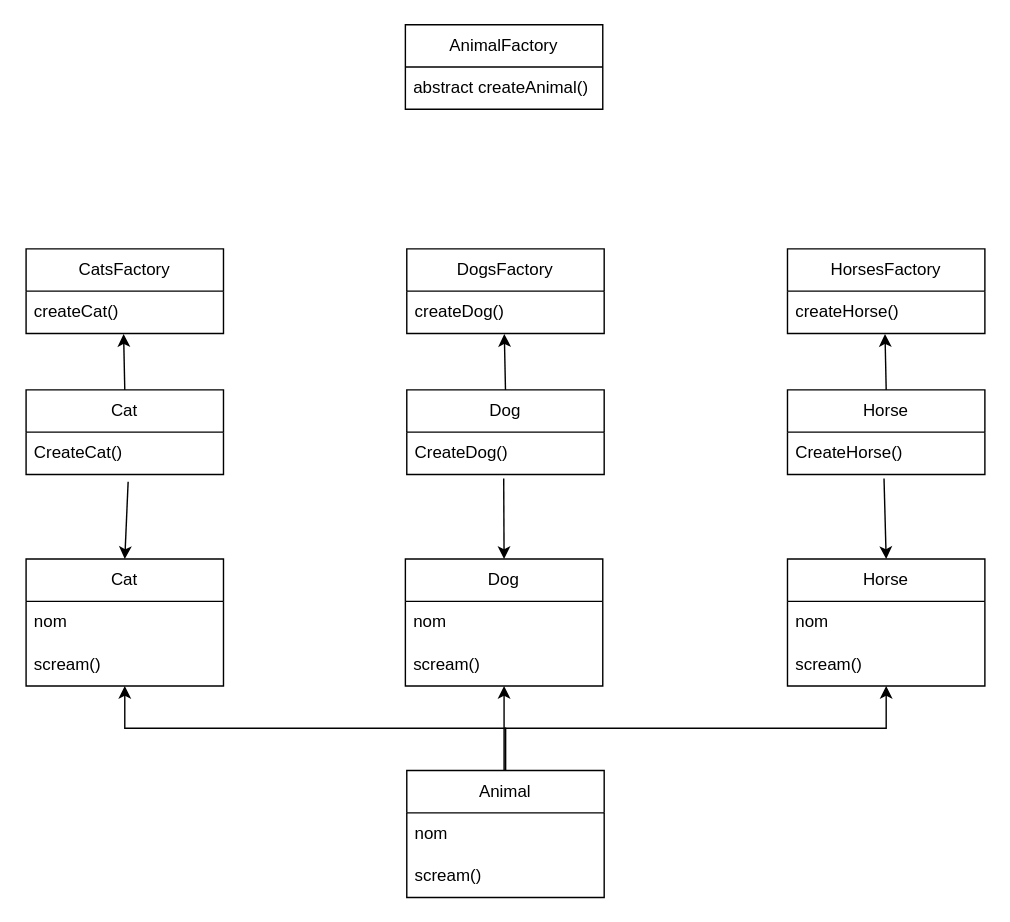
The draw.io diagram Diagramme sans nom.drawio in MxvPr/List, before the edit. Source tidied: cells renumbered, new cells numbered last; positions are measured from the earlier drawing's top-left corner, leaving out a move shared by most shapes. Both pictures are drawn from the tidied source at 141%, with x=0, y=0 at pixel (25, 24).
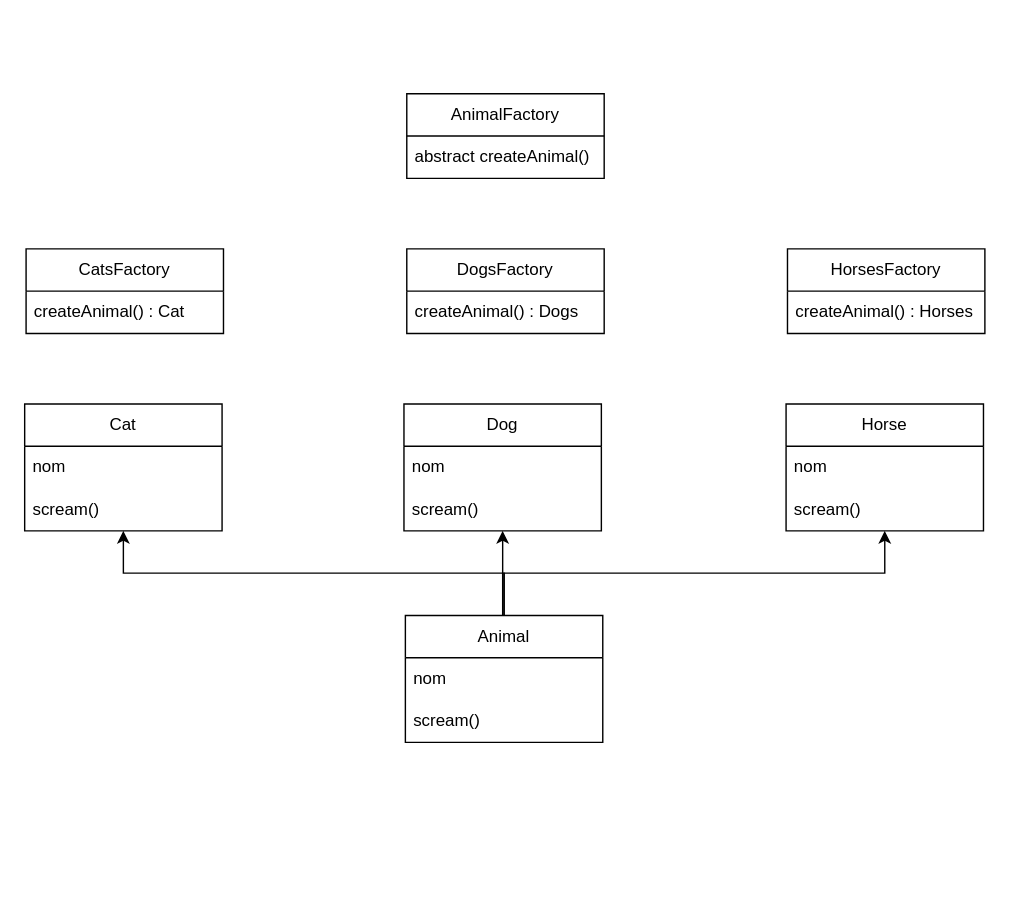
The same diagram, later.

The change refers to these unchanged cells:
```xml
<mxCell id="2" value="CatsFactory" style="swimlane;fontStyle=0;horizontal=1;startSize=30;whiteSpace=wrap;html=1;" parent="1" vertex="1">
  <mxGeometry y="159" width="140" height="60" as="geometry" />
</mxCell>
<mxCell id="8" value="DogsFactory" style="swimlane;fontStyle=0;horizontal=1;startSize=30;whiteSpace=wrap;html=1;" parent="1" vertex="1">
  <mxGeometry x="270" y="159" width="140" height="60" as="geometry" />
</mxCell>
<mxCell id="14" value="HorsesFactory" style="swimlane;fontStyle=0;horizontal=1;startSize=30;whiteSpace=wrap;html=1;" parent="1" vertex="1">
  <mxGeometry x="540" y="159" width="140" height="60" as="geometry" />
</mxCell>
<mxCell id="27" value="scream()" style="text;strokeColor=none;fillColor=none;align=left;verticalAlign=middle;spacingLeft=4;spacingRight=4;overflow=hidden;points=[[0,0.5],[1,0.5]];portConstraint=eastwest;whiteSpace=wrap;html=1;" parent="25" vertex="1">
  <mxGeometry y="60" width="140" height="30" as="geometry" />
</mxCell>
```

What changed in the source:
```diff
@@
-    <mxCell id="3" value="createCat()" style="text;strokeColor=none;fillColor=none;align=left;verticalAlign=middle;spacingLeft=4;spacingRight=4;overflow=hidden;points=[[0,0.5],[1,0.5]];portConstraint=eastwest;whiteSpace=wrap;html=1;" parent="2" vertex="1">
+    <mxCell id="3" value="createAnimal() : Cat" style="text;strokeColor=none;fillColor=none;align=left;verticalAlign=middle;spacingLeft=4;spacingRight=4;overflow=hidden;points=[[0,0.5],[1,0.5]];portConstraint=eastwest;whiteSpace=wrap;html=1;" parent="2" vertex="1">
       <mxGeometry y="30" width="140" height="30" as="geometry" />
     </mxCell>
-    <mxCell id="4" value="Cat" style="swimlane;fontStyle=0;horizontal=1;startSize=30;whiteSpace=wrap;html=1;" parent="1" vertex="1">
-      <mxGeometry y="259" width="140" height="60" as="geometry" />
-    </mxCell>
-    <mxCell id="5" value="CreateCat()" style="text;strokeColor=none;fillColor=none;align=left;verticalAlign=middle;spacingLeft=4;spacingRight=4;overflow=hidden;points=[[0,0.5],[1,0.5]];portConstraint=eastwest;whiteSpace=wrap;html=1;" parent="4" vertex="1">
-      <mxGeometry y="30" width="140" height="30" as="geometry" />
-    </mxCell>
-    <mxCell id="6" style="endArrow=classic;html=1;rounded=0;exitX=0.5;exitY=0;exitDx=0;exitDy=0;entryX=0.494;entryY=1.013;entryDx=0;entryDy=0;entryPerimeter=0;" parent="1" edge="1" source="4" target="3">
-      <mxGeometry relative="1" as="geometry" />
-    </mxCell>
-    <mxCell id="7" style="endArrow=classic;html=1;rounded=0;exitX=0.517;exitY=1.173;exitDx=0;exitDy=0;exitPerimeter=0;entryX=0.5;entryY=0;entryDx=0;entryDy=0;" parent="1" edge="1" source="5" target="22">
-      <mxGeometry relative="1" as="geometry" />
-    </mxCell>
@@
-    <mxCell id="9" value="createDog()" style="text;strokeColor=none;fillColor=none;align=left;verticalAlign=middle;spacingLeft=4;spacingRight=4;overflow=hidden;points=[[0,0.5],[1,0.5]];portConstraint=eastwest;whiteSpace=wrap;html=1;" parent="8" vertex="1">
+    <mxCell id="9" value="createAnimal() : Dogs" style="text;strokeColor=none;fillColor=none;align=left;verticalAlign=middle;spacingLeft=4;spacingRight=4;overflow=hidden;points=[[0,0.5],[1,0.5]];portConstraint=eastwest;whiteSpace=wrap;html=1;" parent="8" vertex="1">
       <mxGeometry y="30" width="140" height="30" as="geometry" />
     </mxCell>
-    <mxCell id="10" value="Dog" style="swimlane;fontStyle=0;horizontal=1;startSize=30;whiteSpace=wrap;html=1;" parent="1" vertex="1">
-      <mxGeometry x="270" y="259" width="140" height="60" as="geometry" />
-    </mxCell>
-    <mxCell id="11" value="CreateDog()" style="text;strokeColor=none;fillColor=none;align=left;verticalAlign=middle;spacingLeft=4;spacingRight=4;overflow=hidden;points=[[0,0.5],[1,0.5]];portConstraint=eastwest;whiteSpace=wrap;html=1;" parent="10" vertex="1">
-      <mxGeometry y="30" width="140" height="30" as="geometry" />
-    </mxCell>
-    <mxCell id="12" style="endArrow=classic;html=1;rounded=0;exitX=0.5;exitY=0;exitDx=0;exitDy=0;entryX=0.494;entryY=1.013;entryDx=0;entryDy=0;entryPerimeter=0;" parent="1" edge="1" source="10" target="9">
-      <mxGeometry relative="1" as="geometry" />
-    </mxCell>
-    <mxCell id="13" style="endArrow=classic;html=1;rounded=0;exitX=0.491;exitY=1.093;exitDx=0;exitDy=0;exitPerimeter=0;entryX=0.5;entryY=0;entryDx=0;entryDy=0;" parent="1" edge="1" source="11" target="25">
-      <mxGeometry relative="1" as="geometry" />
-    </mxCell>
@@
-    <mxCell id="15" value="createHorse()" style="text;strokeColor=none;fillColor=none;align=left;verticalAlign=middle;spacingLeft=4;spacingRight=4;overflow=hidden;points=[[0,0.5],[1,0.5]];portConstraint=eastwest;whiteSpace=wrap;html=1;" parent="14" vertex="1">
+    <mxCell id="15" value="createAnimal() : Horses" style="text;strokeColor=none;fillColor=none;align=left;verticalAlign=middle;spacingLeft=4;spacingRight=4;overflow=hidden;points=[[0,0.5],[1,0.5]];portConstraint=eastwest;whiteSpace=wrap;html=1;" parent="14" vertex="1">
       <mxGeometry y="30" width="140" height="30" as="geometry" />
     </mxCell>
-    <mxCell id="16" value="Horse" style="swimlane;fontStyle=0;horizontal=1;startSize=30;whiteSpace=wrap;html=1;" parent="1" vertex="1">
-      <mxGeometry x="540" y="259" width="140" height="60" as="geometry" />
-    </mxCell>
-    <mxCell id="17" value="CreateHorse()" style="text;strokeColor=none;fillColor=none;align=left;verticalAlign=middle;spacingLeft=4;spacingRight=4;overflow=hidden;points=[[0,0.5],[1,0.5]];portConstraint=eastwest;whiteSpace=wrap;html=1;" parent="16" vertex="1">
-      <mxGeometry y="30" width="140" height="30" as="geometry" />
-    </mxCell>
-    <mxCell id="18" style="endArrow=classic;html=1;rounded=0;exitX=0.5;exitY=0;exitDx=0;exitDy=0;entryX=0.494;entryY=1.013;entryDx=0;entryDy=0;entryPerimeter=0;" parent="1" edge="1" source="16" target="15">
-      <mxGeometry relative="1" as="geometry" />
-    </mxCell>
-    <mxCell id="19" style="endArrow=classic;html=1;rounded=0;exitX=0.489;exitY=1.093;exitDx=0;exitDy=0;exitPerimeter=0;entryX=0.5;entryY=0;entryDx=0;entryDy=0;" parent="1" edge="1" source="17" target="28">
-      <mxGeometry relative="1" as="geometry" />
-    </mxCell>
     <mxCell id="20" value="AnimalFactory" style="swimlane;fontStyle=0;horizontal=1;startSize=30;whiteSpace=wrap;html=1;" parent="1" vertex="1">
-      <mxGeometry x="269" width="140" height="60" as="geometry" />
+      <mxGeometry x="270" y="49" width="140" height="60" as="geometry" />
     </mxCell>
@@
     <mxCell id="22" value="Cat" style="swimlane;fontStyle=0;horizontal=1;startSize=30;whiteSpace=wrap;html=1;" parent="1" vertex="1">
-      <mxGeometry y="379" width="140" height="90" as="geometry" />
+      <mxGeometry x="-1" y="269" width="140" height="90" as="geometry" />
     </mxCell>
@@
     <mxCell id="25" value="Dog" style="swimlane;fontStyle=0;horizontal=1;startSize=30;whiteSpace=wrap;html=1;" parent="1" vertex="1">
-      <mxGeometry x="269" y="379" width="140" height="90" as="geometry" />
+      <mxGeometry x="268" y="269" width="140" height="90" as="geometry" />
     </mxCell>
@@
     <mxCell id="28" value="Horse" style="swimlane;fontStyle=0;horizontal=1;startSize=30;whiteSpace=wrap;html=1;" parent="1" vertex="1">
-      <mxGeometry x="540" y="379" width="140" height="90" as="geometry" />
+      <mxGeometry x="539" y="269" width="140" height="90" as="geometry" />
     </mxCell>
@@
     <mxCell id="31" style="edgeStyle=orthogonalEdgeStyle;rounded=0;jettySize=auto;html=1;" parent="1" edge="1" source="32" target="27">
       <mxGeometry relative="1" as="geometry">
         <Array as="points">
-          <mxPoint x="339" y="509" />
-          <mxPoint x="339" y="509" />
+          <mxPoint x="338" y="399" />
+          <mxPoint x="338" y="399" />
         </Array>
       </mxGeometry>
     </mxCell>
     <mxCell id="32" value="Animal" style="swimlane;fontStyle=0;horizontal=1;startSize=30;whiteSpace=wrap;html=1;" parent="1" vertex="1">
-      <mxGeometry x="270" y="529" width="140" height="90" as="geometry" />
+      <mxGeometry x="269" y="419" width="140" height="90" as="geometry" />
     </mxCell>
```
